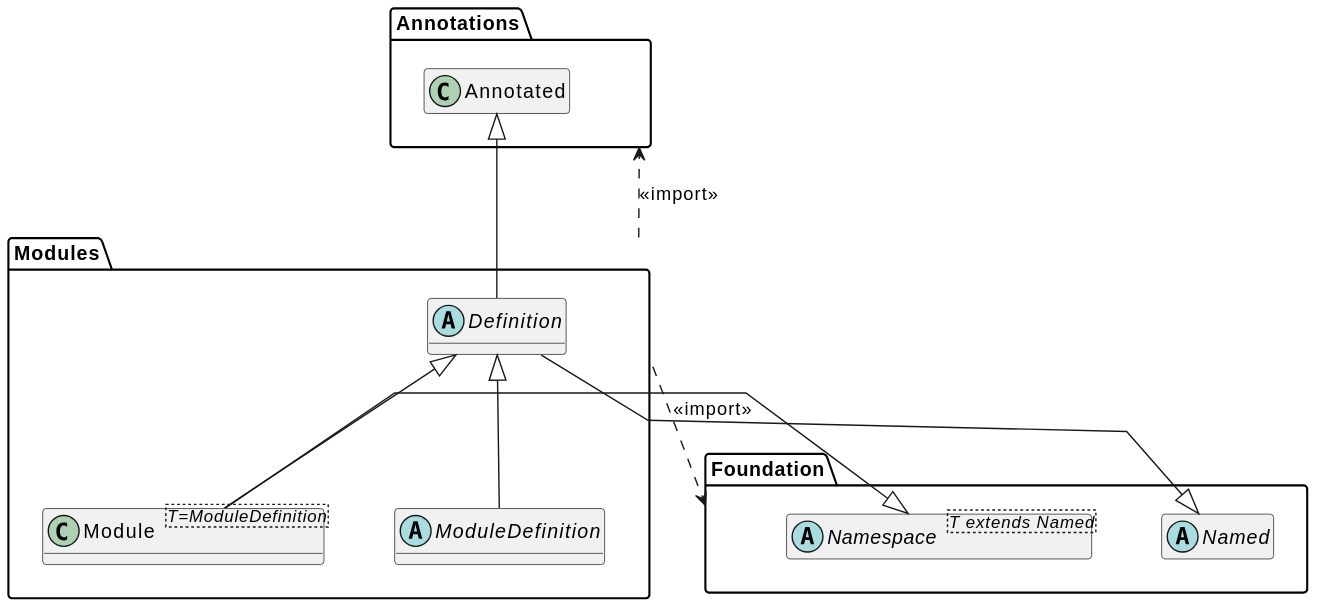
The PlantUML diagram docs/metamodel-models.svg in sdm-lang/sdml-io, before a commit.
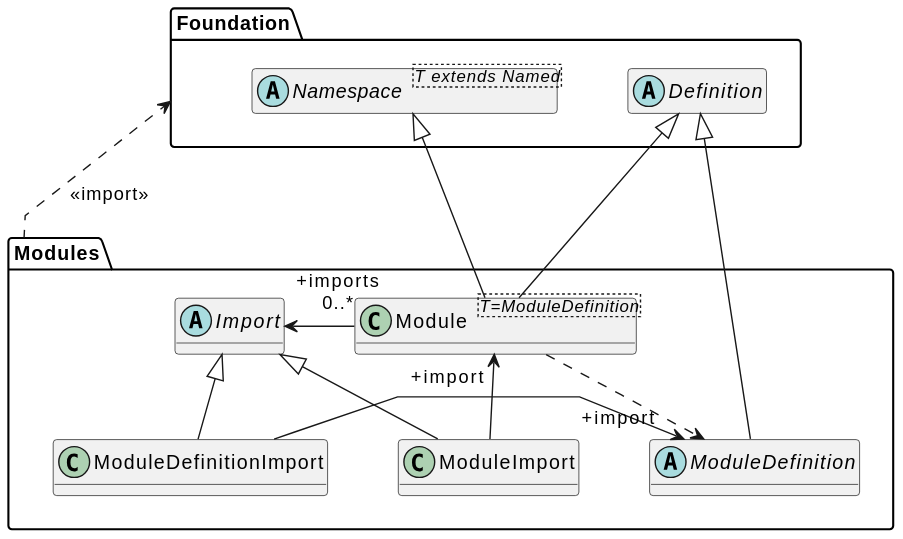
After the change.

Change to the diagram source:
```diff
@@ -6,28 +6,30 @@
 
 package Foundation {
     hide members
-    abstract class Named
-    abstract class "Namespace<T extends Named>" as g_Namespace {}
-}
-package Annotations {
-    hide members
-    class Annotated {}
+    abstract class Definition
+    abstract class "Namespace<T extends Named>" as g_Namespace
 }
 
 package Modules {
-    abstract class Definition {}
     class "Module<T=ModuleDefinition>" as g_Module {}
     abstract class ModuleDefinition {}
 
-    Definition -up-|> Annotated
-    Definition -down-|> Named
-
     g_Module -up-|> Definition
     g_Module -down-|> g_Namespace
+    g_Module .down.> ModuleDefinition
 
     ModuleDefinition -up-|> Definition
+
+    abstract class Import
+    class ModuleImport
+    class ModuleDefinitionImport
+
+    g_Module -> "+imports\n0..*" Import
+    ModuleImport -up-|> Import
+    ModuleImport -> "+import" g_Module
+    ModuleDefinitionImport -up-|> Import
+    ModuleDefinitionImport -> "+import" ModuleDefinition
 }
 
 Modules .up.> Foundation: <<import>>
-Modules .down.> Annotations: <<import>>
 @enduml
```
